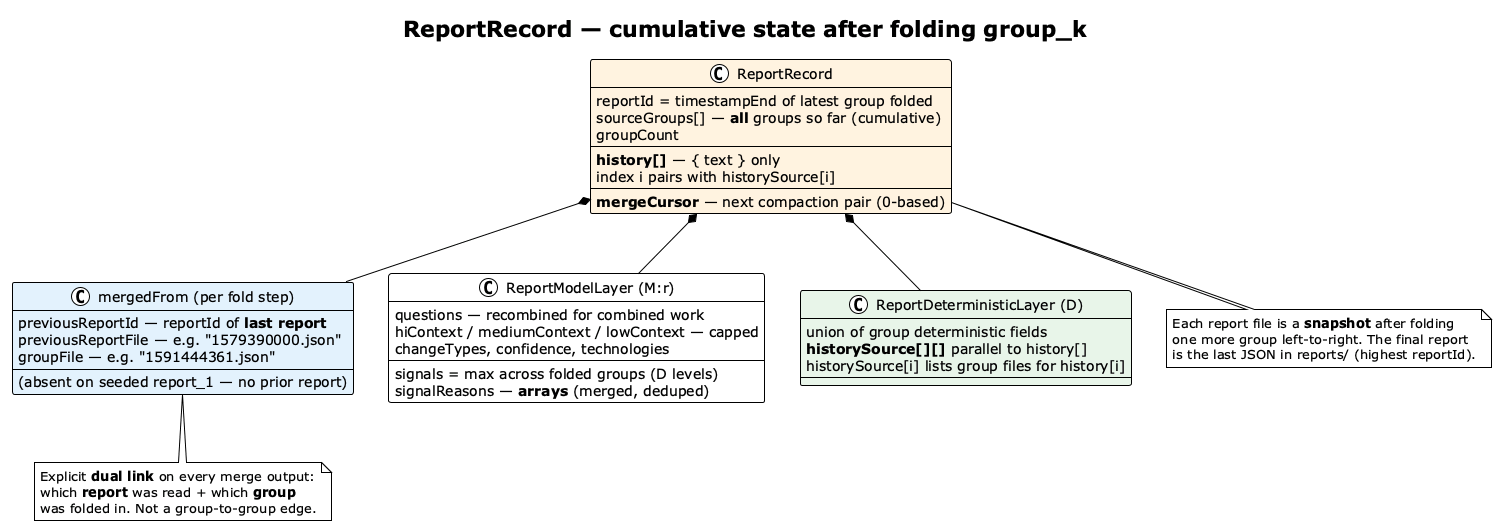
Above: img/report-record.png in vzakharchenko/dev-workgraph (PlantUML), before the change.
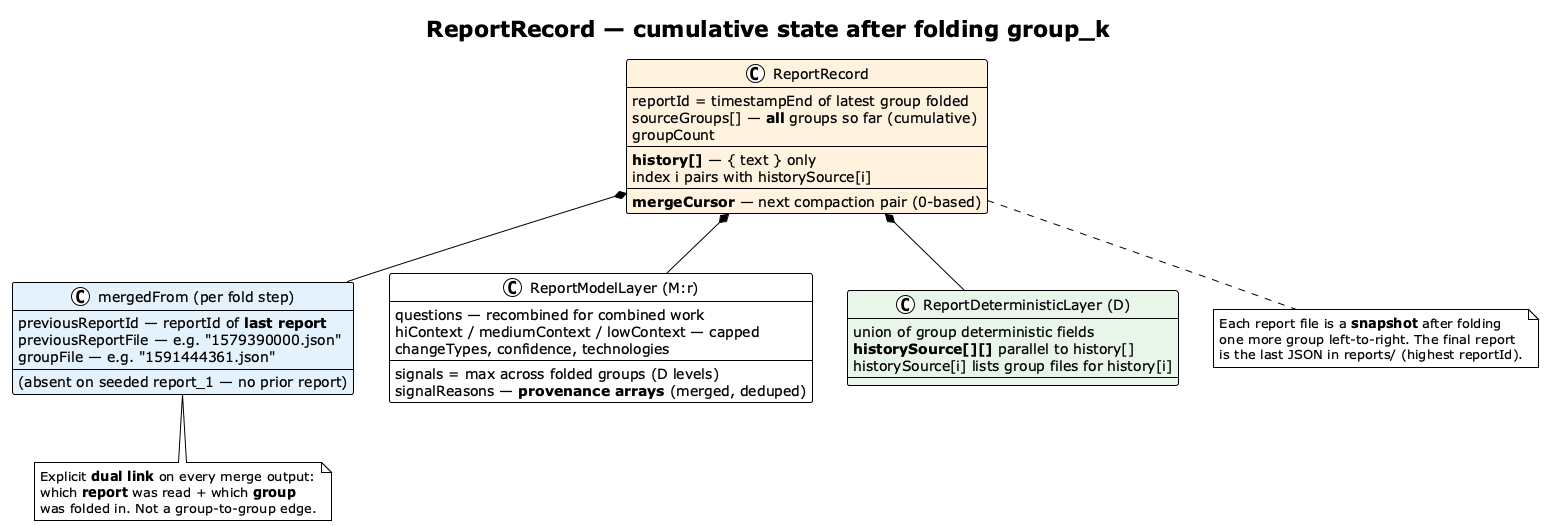
After the commit.

Change to the diagram source:
```diff
@@ -33,7 +33,7 @@
 
 class "ReportModelLayer (M:r)" as MOD {
   signals = max across folded groups (D levels)
-  signalReasons — **arrays** (merged, deduped)
+  signalReasons — **provenance arrays** (merged, deduped)
   questions — recombined for combined work
   hiContext / mediumContext / lowContext — capped
   changeTypes, confidence, technologies
```
